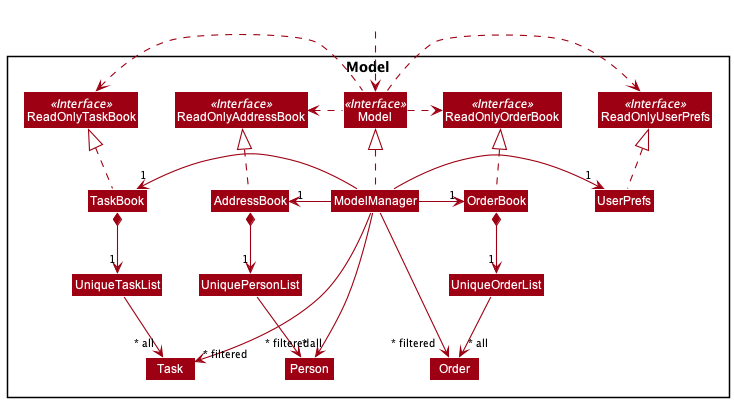
Before: docs/images/ModelClassDiagram.png, a diagram exported from PlantUML (nus-cs2103-AY2122S1/tp). The source it was exported from:
```plantuml
@startuml
!include style.puml
skinparam arrowThickness 1.1
skinparam arrowColor MODEL_COLOR
skinparam classBackgroundColor MODEL_COLOR
skinparam arrowFontSize 10

Package Model <<Rectangle>>{
Interface ReadOnlyAddressBook <<Interface>>
Interface ReadOnlyUserPrefs <<Interface>>
Interface ReadOnlyTaskBook <<Interface>>
Interface ReadOnlyOrderBook <<Interface>>
Interface Model <<Interface>>
Class AddressBook
Class TaskBook
Class OrderBook
Class ReadOnlyAddressBook
Class ReadOnlyTaskBook
Class ReadOnlyOrderBook
Class Model
Class ModelManager
Class UserPrefs
Class ReadOnlyUserPrefs


Class UniquePersonList
Class Person
Class UniqueTaskList
Class Task
Class UniqueOrderList
Class Order
}

Class HiddenOutside #FFFFFF
HiddenOutside ..> Model

AddressBook .up.|> ReadOnlyAddressBook
TaskBook .up.|> ReadOnlyTaskBook
OrderBook .up.|> ReadOnlyOrderBook

ModelManager .up.|> Model
Model .right.> ReadOnlyUserPrefs
Model .left.> ReadOnlyAddressBook
Model .left.> ReadOnlyTaskBook
Model .right.> ReadOnlyOrderBook

ModelManager -left-> "1" AddressBook
ModelManager -right-> "1" UserPrefs
ModelManager -left-> "1" TaskBook
ModelManager -right-> "1" OrderBook
UserPrefs .up.|> ReadOnlyUserPrefs

AddressBook *--> "1" UniquePersonList
UniquePersonList --> "~* all" Person

TaskBook *--> "1" UniqueTaskList
UniqueTaskList --> "~* all" Task

OrderBook *--> "1" UniqueOrderList
UniqueOrderList --> "~* all" Order

ModelManager -->"~* filtered" Person
ModelManager -->"~* filtered" Task
ModelManager -->"~* filtered" Order


@enduml
```
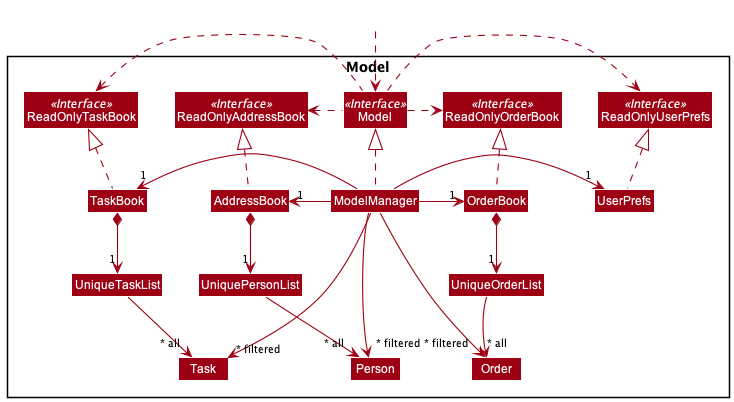
After the change.

What changed in the source:
```diff
@@ -63,5 +63,8 @@
 ModelManager -->"~* filtered" Task
 ModelManager -->"~* filtered" Order
 
+ModelManager -[hidden]down-> Person
+UniqueOrderList -[hidden]down-> Order
+
 
 @enduml
```
